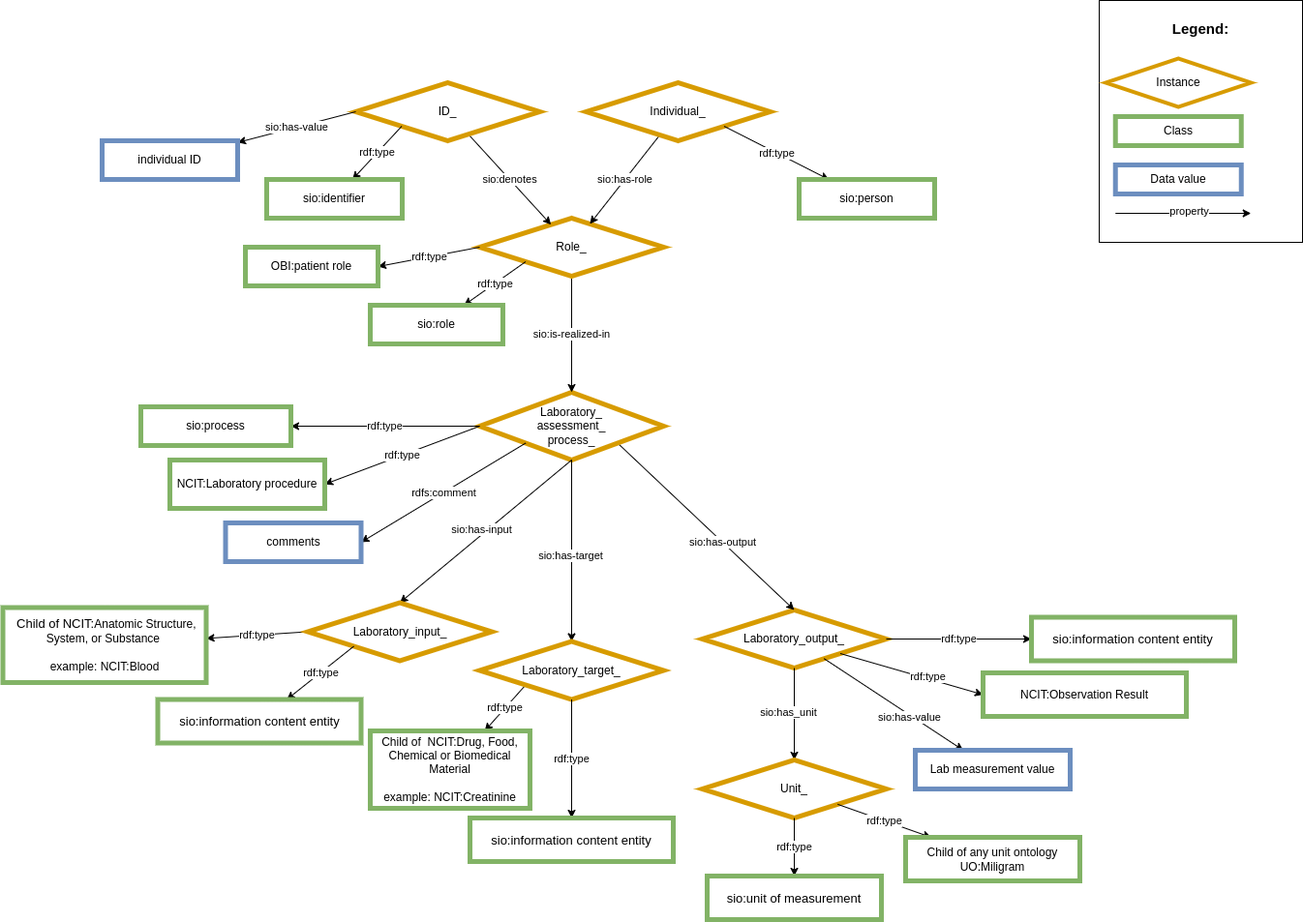
CARE-SM/CARE-Semantic-Model keeps this draw.io diagram as images/CARE-SM-Laboratory.png. Above is the earlier version. Source tidied: cells renumbered, new cells last; positions are measured from the earlier drawing's top-left corner, leaving out a move shared by most shapes.
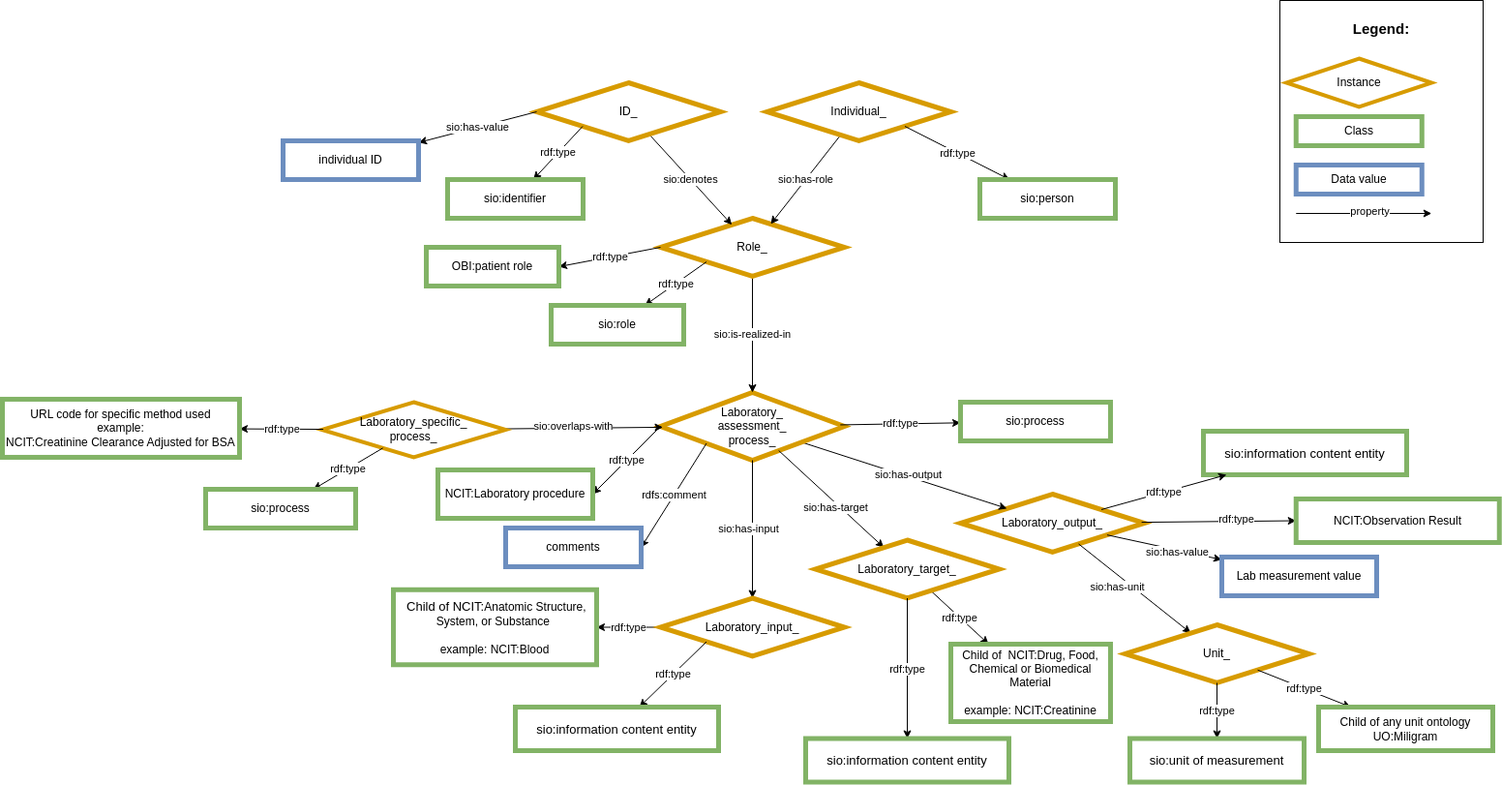
The same diagram one commit later.

Change to the diagram source:
```diff
@@ -3,14 +3,14 @@
     <mxCell id="0" />
     <mxCell id="1" parent="0" />
     <mxCell id="2" value="Laboratory_output_" style="rhombus;whiteSpace=wrap;html=1;fillColor=#FFFFFF;strokeColor=#d79b00;strokeWidth=5;" parent="1" vertex="1">
-      <mxGeometry x="722" y="630" width="190" height="60" as="geometry" />
+      <mxGeometry x="802" y="510" width="190" height="60" as="geometry" />
     </mxCell>
-    <mxCell id="3" style="edgeStyle=none;rounded=0;jettySize=auto;html=1;exitX=1;exitY=1;exitDx=0;exitDy=0;entryX=0.5;entryY=0;entryDx=0;entryDy=0;" parent="1" edge="1" source="5" target="2">
+    <mxCell id="3" style="edgeStyle=none;rounded=0;jettySize=auto;html=1;" parent="1" edge="1" source="5" target="2">
       <mxGeometry relative="1" as="geometry" />
     </mxCell>
     <mxCell id="4" value="&lt;span style=&quot;color: rgb(0, 0, 0); font-family: Helvetica; font-size: 11px; font-style: normal; font-variant-ligatures: normal; font-variant-caps: normal; font-weight: 400; letter-spacing: normal; orphans: 2; text-align: center; text-indent: 0px; text-transform: none; widows: 2; word-spacing: 0px; -webkit-text-stroke-width: 0px; background-color: rgb(255, 255, 255); text-decoration-thickness: initial; text-decoration-style: initial; text-decoration-color: initial; float: none; display: inline !important;&quot;&gt;sio:has-output&lt;/span&gt;" style="edgeLabel;html=1;align=center;verticalAlign=middle;" parent="3" vertex="1">
       <mxGeometry x="-0.21" y="-1" relative="1" as="geometry">
-        <mxPoint x="36" y="33" as="offset" />
+        <mxPoint x="25" y="5" as="offset" />
       </mxGeometry>
     </mxCell>
     <mxCell id="5" value="Laboratory_&lt;br&gt;assessment_&lt;br&gt;process_" style="rhombus;whiteSpace=wrap;html=1;fillColor=#FFFFFF;strokeColor=#d79b00;strokeWidth=5;" parent="1" vertex="1">
@@ -19,17 +19,14 @@
     <mxCell id="6" value="&lt;span style=&quot;color: rgb(0, 0, 0); font-family: Helvetica; font-size: 11px; font-style: normal; font-variant-ligatures: normal; font-variant-caps: normal; font-weight: 400; letter-spacing: normal; orphans: 2; text-align: center; text-indent: 0px; text-transform: none; widows: 2; word-spacing: 0px; -webkit-text-stroke-width: 0px; background-color: rgb(255, 255, 255); text-decoration-thickness: initial; text-decoration-style: initial; text-decoration-color: initial; float: none; display: inline !important;&quot;&gt;sio:is-realized-in&lt;/span&gt;" style="rounded=0;jettySize=auto;html=1;exitX=0.5;exitY=1;exitDx=0;exitDy=0;entryX=0.5;entryY=0;entryDx=0;entryDy=0;" parent="1" edge="1" source="11" target="5">
       <mxGeometry relative="1" as="geometry" />
     </mxCell>
-    <mxCell id="7" value="rdf:type" style="edgeStyle=none;rounded=0;jettySize=auto;html=1;exitX=0;exitY=0.5;exitDx=0;exitDy=0;" parent="1" edge="1" source="5" target="8">
+    <mxCell id="7" value="rdf:type" style="edgeStyle=none;rounded=0;jettySize=auto;html=1;" parent="1" edge="1" source="5" target="8">
       <mxGeometry relative="1" as="geometry" />
     </mxCell>
     <mxCell id="8" value="sio:process" style="whiteSpace=wrap;html=1;fillColor=#FFFFFF;strokeColor=#82b366;strokeWidth=5;" parent="1" vertex="1">
-      <mxGeometry x="142" y="420" width="155" height="40" as="geometry" />
+      <mxGeometry x="802" y="415" width="155" height="40" as="geometry" />
     </mxCell>
-    <mxCell id="9" value="rdf:type" style="edgeStyle=none;rounded=0;jettySize=auto;html=1;exitX=1;exitY=0.5;exitDx=0;exitDy=0;" parent="1" edge="1" source="2" target="10">
-      <mxGeometry relative="1" as="geometry" />
-    </mxCell>
     <mxCell id="10" value="&lt;font size=&quot;2&quot;&gt;sio:information content entity&lt;/font&gt;" style="whiteSpace=wrap;html=1;fillColor=#FFFFFF;strokeColor=#82b366;strokeWidth=5;" parent="1" vertex="1">
-      <mxGeometry x="1062" y="637.5" width="210" height="45" as="geometry" />
+      <mxGeometry x="1053" y="445" width="210" height="45" as="geometry" />
     </mxCell>
     <mxCell id="11" value="Role_" style="rhombus;whiteSpace=wrap;html=1;fillColor=#FFFFFF;strokeColor=#d79b00;strokeWidth=5;" parent="1" vertex="1">
       <mxGeometry x="492" y="225" width="190" height="60" as="geometry" />
@@ -64,22 +61,22 @@
     <mxCell id="21" value="sio:person" style="whiteSpace=wrap;html=1;fillColor=#FFFFFF;strokeColor=#82b366;strokeWidth=5;" parent="1" vertex="1">
       <mxGeometry x="822" y="185" width="140" height="40" as="geometry" />
     </mxCell>
-    <mxCell id="22" style="edgeStyle=none;rounded=0;jettySize=auto;html=1;exitX=0.5;exitY=1;exitDx=0;exitDy=0;entryX=0.5;entryY=0;entryDx=0;entryDy=0;" parent="1" edge="1" source="2" target="24">
+    <mxCell id="22" style="edgeStyle=none;rounded=0;jettySize=auto;html=1;" parent="1" edge="1" source="2" target="24">
       <mxGeometry relative="1" as="geometry" />
     </mxCell>
-    <mxCell id="23" value="sio:has_unit" style="edgeLabel;html=1;align=center;verticalAlign=middle;" parent="22" vertex="1">
+    <mxCell id="23" value="sio:has-unit" style="edgeLabel;html=1;align=center;verticalAlign=middle;" parent="22" vertex="1">
       <mxGeometry x="-0.21" y="-1" relative="1" as="geometry">
         <mxPoint x="-6" y="7" as="offset" />
       </mxGeometry>
     </mxCell>
     <mxCell id="24" value="Unit_" style="rhombus;whiteSpace=wrap;html=1;fillColor=#FFFFFF;strokeColor=#d79b00;strokeWidth=5;" parent="1" vertex="1">
-      <mxGeometry x="722" y="785" width="190" height="60" as="geometry" />
+      <mxGeometry x="972" y="645" width="190" height="60" as="geometry" />
     </mxCell>
     <mxCell id="25" value="rdf:type" style="edgeStyle=none;rounded=0;jettySize=auto;html=1;exitX=0.5;exitY=1;exitDx=0;exitDy=0;" parent="1" edge="1" source="24" target="26">
       <mxGeometry relative="1" as="geometry" />
     </mxCell>
     <mxCell id="26" value="&lt;font size=&quot;2&quot;&gt;sio:unit of measurement&lt;/font&gt;" style="whiteSpace=wrap;html=1;fillColor=#FFFFFF;strokeColor=#82b366;strokeWidth=5;" parent="1" vertex="1">
-      <mxGeometry x="727" y="905" width="180" height="45" as="geometry" />
+      <mxGeometry x="977" y="762.5" width="180" height="45" as="geometry" />
     </mxCell>
     <mxCell id="27" value="sio:has-value" style="rounded=0;jettySize=auto;html=1;exitX=0;exitY=0.5;exitDx=0;exitDy=0;" parent="1" edge="1" source="13" target="28">
       <mxGeometry relative="1" as="geometry" />
@@ -97,77 +94,77 @@
       <mxGeometry relative="1" as="geometry" />
     </mxCell>
     <mxCell id="32" value="NCIT:Laboratory procedure" style="whiteSpace=wrap;html=1;fillColor=#FFFFFF;strokeColor=#82b366;strokeWidth=5;" parent="1" vertex="1">
-      <mxGeometry x="172" y="475" width="160" height="50" as="geometry" />
+      <mxGeometry x="262" y="485" width="160" height="50" as="geometry" />
     </mxCell>
-    <mxCell id="33" value="rdf:type" style="edgeStyle=none;rounded=0;jettySize=auto;html=1;exitX=1;exitY=1;exitDx=0;exitDy=0;entryX=0;entryY=0.5;entryDx=0;entryDy=0;" parent="1" edge="1" source="2" target="34">
+    <mxCell id="33" value="rdf:type" style="edgeStyle=none;rounded=0;jettySize=auto;html=1;entryX=0;entryY=0.5;entryDx=0;entryDy=0;" parent="1" edge="1" source="2" target="34">
       <mxGeometry x="0.22" y="2" relative="1" as="geometry" />
     </mxCell>
     <mxCell id="34" value="NCIT:Observation Result" style="whiteSpace=wrap;html=1;fillColor=#FFFFFF;strokeColor=#82b366;strokeWidth=5;" parent="1" vertex="1">
-      <mxGeometry x="1012" y="695" width="210" height="45" as="geometry" />
+      <mxGeometry x="1148.8" y="515" width="210" height="45" as="geometry" />
     </mxCell>
     <mxCell id="35" value="sio:has-value" style="rounded=0;jettySize=auto;html=1;" parent="1" edge="1" source="2" target="36">
       <mxGeometry x="0.24" y="-2" relative="1" as="geometry" />
     </mxCell>
     <mxCell id="36" value="Lab measurement value" style="whiteSpace=wrap;html=1;fillColor=#FFFFFF;strokeColor=#6c8ebf;strokeWidth=5;" parent="1" vertex="1">
-      <mxGeometry x="942" y="775" width="160" height="40" as="geometry" />
+      <mxGeometry x="1072" y="575" width="160" height="40" as="geometry" />
     </mxCell>
     <mxCell id="37" value="rdf:type" style="edgeStyle=none;rounded=0;jettySize=auto;html=1;exitX=0;exitY=0.5;exitDx=0;exitDy=0;" parent="1" edge="1" source="48" target="38">
       <mxGeometry relative="1" as="geometry" />
     </mxCell>
     <mxCell id="38" value="&lt;font style=&quot;border-color: var(--border-color);&quot; size=&quot;2&quot;&gt;&amp;nbsp;Child of NCIT:&lt;/font&gt;Anatomic Structure, System, or Substance&amp;nbsp;&lt;br&gt;&lt;br&gt;example: NCIT:Blood" style="whiteSpace=wrap;html=1;fillColor=#FFFFFF;strokeColor=#82b366;strokeWidth=5;" parent="1" vertex="1">
-      <mxGeometry x="-0.5" y="627.5" width="210" height="77.5" as="geometry" />
+      <mxGeometry x="216" y="608.8" width="210" height="77.5" as="geometry" />
     </mxCell>
-    <mxCell id="39" value="rdf:type" style="edgeStyle=none;rounded=0;jettySize=auto;html=1;exitX=0;exitY=1;exitDx=0;exitDy=0;" parent="1" edge="1" source="47" target="40">
+    <mxCell id="39" value="rdf:type" style="edgeStyle=none;rounded=0;jettySize=auto;html=1;" parent="1" edge="1" source="47" target="40">
       <mxGeometry relative="1" as="geometry" />
     </mxCell>
     <mxCell id="40" value="Child of&amp;nbsp; NCIT:Drug, Food, Chemical or Biomedical Material&lt;br&gt;&lt;br&gt;example: NCIT:Creatinine" style="whiteSpace=wrap;html=1;fillColor=#FFFFFF;strokeColor=#82b366;strokeWidth=5;" parent="1" vertex="1">
-      <mxGeometry x="379" y="755" width="165" height="80" as="geometry" />
+      <mxGeometry x="792" y="665" width="165" height="80" as="geometry" />
     </mxCell>
     <mxCell id="41" value="rdf:type" style="edgeStyle=none;rounded=0;jettySize=auto;html=1;" parent="1" edge="1" source="24" target="42">
       <mxGeometry relative="1" as="geometry" />
     </mxCell>
     <mxCell id="42" value="Child of any unit ontology&lt;br&gt;UO:Miligram" style="whiteSpace=wrap;html=1;fillColor=#FFFFFF;strokeColor=#82b366;strokeWidth=5;" parent="1" vertex="1">
-      <mxGeometry x="932" y="865" width="180" height="45" as="geometry" />
+      <mxGeometry x="1172" y="730" width="180" height="45" as="geometry" />
     </mxCell>
     <mxCell id="43" style="edgeStyle=none;rounded=0;jettySize=auto;html=1;exitX=0.5;exitY=1;exitDx=0;exitDy=0;entryX=0.5;entryY=0;entryDx=0;entryDy=0;" parent="1" edge="1" source="5" target="48">
       <mxGeometry relative="1" as="geometry" />
     </mxCell>
     <mxCell id="44" value="sio:has-input" style="edgeLabel;html=1;align=center;verticalAlign=middle;" parent="43" vertex="1">
       <mxGeometry x="-0.21" y="-1" relative="1" as="geometry">
-        <mxPoint x="-22" y="13" as="offset" />
+        <mxPoint x="-4" y="13" as="offset" />
       </mxGeometry>
     </mxCell>
-    <mxCell id="45" style="edgeStyle=none;rounded=0;jettySize=auto;html=1;entryX=0.5;entryY=0;entryDx=0;entryDy=0;exitX=0.5;exitY=1;exitDx=0;exitDy=0;" parent="1" edge="1" source="5" target="47">
+    <mxCell id="45" style="edgeStyle=none;rounded=0;jettySize=auto;html=1;" parent="1" edge="1" source="5" target="47">
       <mxGeometry relative="1" as="geometry" />
     </mxCell>
     <mxCell id="46" value="sio:has-target" style="edgeLabel;html=1;align=center;verticalAlign=middle;" parent="45" vertex="1">
       <mxGeometry x="-0.21" y="-1" relative="1" as="geometry">
-        <mxPoint x="-1" y="24" as="offset" />
+        <mxPoint x="16" y="18" as="offset" />
       </mxGeometry>
     </mxCell>
     <mxCell id="47" value="Laboratory_target_" style="rhombus;whiteSpace=wrap;html=1;fillColor=#FFFFFF;strokeColor=#d79b00;strokeWidth=5;" parent="1" vertex="1">
-      <mxGeometry x="492" y="662.5" width="190" height="60" as="geometry" />
+      <mxGeometry x="652" y="557.5" width="190" height="60" as="geometry" />
     </mxCell>
     <mxCell id="48" value="Laboratory_input_" style="rhombus;whiteSpace=wrap;html=1;fillColor=#FFFFFF;strokeColor=#d79b00;strokeWidth=5;" parent="1" vertex="1">
-      <mxGeometry x="314.5" y="622.5" width="190" height="60" as="geometry" />
+      <mxGeometry x="492" y="617.5" width="190" height="60" as="geometry" />
     </mxCell>
     <mxCell id="49" value="rdf:type" style="edgeStyle=none;rounded=0;jettySize=auto;html=1;exitX=0.5;exitY=1;exitDx=0;exitDy=0;endSize=6;startSize=6;" parent="1" edge="1" source="47" target="50">
       <mxGeometry relative="1" as="geometry" />
     </mxCell>
     <mxCell id="50" value="&lt;font size=&quot;2&quot;&gt;sio:information content entity&lt;/font&gt;" style="whiteSpace=wrap;html=1;fillColor=#FFFFFF;strokeColor=#82b366;strokeWidth=5;" parent="1" vertex="1">
-      <mxGeometry x="482" y="845" width="210" height="45" as="geometry" />
+      <mxGeometry x="642" y="762.5" width="210" height="45" as="geometry" />
     </mxCell>
     <mxCell id="51" value="rdf:type" style="edgeStyle=none;rounded=0;jettySize=auto;html=1;exitX=0;exitY=1;exitDx=0;exitDy=0;" parent="1" edge="1" source="48" target="52">
       <mxGeometry relative="1" as="geometry" />
     </mxCell>
     <mxCell id="52" value="&lt;font size=&quot;2&quot;&gt;sio:information content entity&lt;/font&gt;" style="whiteSpace=wrap;html=1;fillColor=#FFFFFF;strokeColor=#82b366;strokeWidth=5;" parent="1" vertex="1">
-      <mxGeometry x="159.5" y="722.5" width="210" height="45" as="geometry" />
+      <mxGeometry x="342" y="730" width="210" height="45" as="geometry" />
     </mxCell>
     <mxCell id="53" value="rdfs:comment" style="rounded=0;jettySize=auto;html=1;exitX=0;exitY=1;exitDx=0;exitDy=0;entryX=1;entryY=0.5;entryDx=0;entryDy=0;" parent="1" edge="1" source="5" target="54">
       <mxGeometry relative="1" as="geometry" />
     </mxCell>
     <mxCell id="54" value="comments" style="whiteSpace=wrap;html=1;fillColor=#FFFFFF;strokeColor=#6c8ebf;strokeWidth=5;" parent="1" vertex="1">
-      <mxGeometry x="229.5" y="540" width="140" height="40" as="geometry" />
+      <mxGeometry x="332" y="545" width="140" height="40" as="geometry" />
     </mxCell>
     <mxCell id="55" value="&lt;div style=&quot;text-align: left; font-size: 15px;&quot;&gt;&lt;span style=&quot;background-color: initial;&quot;&gt;&lt;b style=&quot;&quot;&gt;&lt;font style=&quot;font-size: 15px;&quot;&gt;Legend:&lt;/font&gt;&lt;/b&gt;&lt;/span&gt;&lt;/div&gt;&lt;div style=&quot;text-align: left; font-size: 15px;&quot;&gt;&lt;span style=&quot;background-color: initial;&quot;&gt;&lt;br&gt;&lt;/span&gt;&lt;/div&gt;&lt;div style=&quot;text-align: left;&quot;&gt;&lt;span style=&quot;background-color: initial;&quot;&gt;&lt;br&gt;&lt;/span&gt;&lt;/div&gt;&lt;div style=&quot;text-align: left;&quot;&gt;&lt;span style=&quot;background-color: initial;&quot;&gt;&lt;br&gt;&lt;/span&gt;&lt;/div&gt;&lt;div style=&quot;text-align: left;&quot;&gt;&lt;br&gt;&lt;/div&gt;&lt;div style=&quot;text-align: left;&quot;&gt;&lt;br&gt;&lt;/div&gt;&lt;div style=&quot;text-align: left;&quot;&gt;&lt;br&gt;&lt;/div&gt;&lt;div style=&quot;text-align: left;&quot;&gt;&lt;br&gt;&lt;/div&gt;&lt;div style=&quot;text-align: left;&quot;&gt;&lt;br&gt;&lt;/div&gt;&lt;div style=&quot;text-align: left;&quot;&gt;&lt;span style=&quot;background-color: initial;&quot;&gt;&lt;br&gt;&lt;/span&gt;&lt;/div&gt;&lt;div style=&quot;text-align: left;&quot;&gt;&lt;span style=&quot;background-color: initial;&quot;&gt;&lt;br&gt;&lt;/span&gt;&lt;/div&gt;&lt;div style=&quot;text-align: left;&quot;&gt;&lt;span style=&quot;background-color: initial;&quot;&gt;&lt;br&gt;&lt;/span&gt;&lt;/div&gt;&lt;div style=&quot;text-align: left;&quot;&gt;&lt;span style=&quot;background-color: initial;&quot;&gt;&lt;br&gt;&lt;/span&gt;&lt;/div&gt;&lt;div style=&quot;text-align: left;&quot;&gt;&lt;span style=&quot;background-color: initial;&quot;&gt;&lt;br&gt;&lt;/span&gt;&lt;/div&gt;" style="rounded=0;whiteSpace=wrap;html=1;" parent="1" vertex="1">
       <mxGeometry x="1132" width="210" height="250" as="geometry" />
@@ -187,5 +184,31 @@
         <mxPoint x="1288.8" y="220" as="targetPoint" />
       </mxGeometry>
     </mxCell>
+    <mxCell id="60" style="edgeStyle=none;rounded=0;jettySize=auto;html=1;" parent="1" edge="1" source="62" target="5">
+      <mxGeometry relative="1" as="geometry" />
+    </mxCell>
+    <mxCell id="61" value="sio:overlaps-with" style="edgeLabel;html=1;align=center;verticalAlign=middle;" parent="60" vertex="1">
+      <mxGeometry x="-0.21" y="-1" relative="1" as="geometry">
+        <mxPoint x="7" y="-3" as="offset" />
+      </mxGeometry>
+    </mxCell>
+    <mxCell id="62" value="Laboratory_specific_&lt;div&gt;process_&lt;/div&gt;" style="rhombus;whiteSpace=wrap;html=1;fillColor=#FFFFFF;strokeColor=#D79B00;perimeter=rhombusPerimeter;arcSize=20;comic=0;enumerate=0;strokeWidth=4;rounded=0;" parent="1" vertex="1">
+      <mxGeometry x="142" y="415" width="190" height="57" as="geometry" />
+    </mxCell>
+    <mxCell id="63" value="rdf:type" style="edgeStyle=none;rounded=0;jettySize=auto;html=1;" parent="1" edge="1" source="62" target="64">
+      <mxGeometry relative="1" as="geometry" />
+    </mxCell>
+    <mxCell id="64" value="URL code for specific method used&lt;div&gt;example:&lt;/div&gt;&lt;div&gt;NCIT:&lt;span style=&quot;background-color: initial;&quot;&gt;Creatinine Clearance Adjusted for BSA&lt;/span&gt;&lt;/div&gt;" style="whiteSpace=wrap;html=1;fillColor=#FFFFFF;strokeColor=#82b366;strokeWidth=5;" parent="1" vertex="1">
+      <mxGeometry x="-188" y="412" width="245" height="60" as="geometry" />
+    </mxCell>
+    <mxCell id="65" value="rdf:type" style="edgeStyle=none;rounded=0;jettySize=auto;html=1;" parent="1" edge="1" source="62" target="66">
+      <mxGeometry relative="1" as="geometry" />
+    </mxCell>
+    <mxCell id="66" value="sio:process" style="whiteSpace=wrap;html=1;fillColor=#FFFFFF;strokeColor=#82b366;strokeWidth=5;" parent="1" vertex="1">
+      <mxGeometry x="22" y="505" width="155" height="40" as="geometry" />
+    </mxCell>
+    <mxCell id="9" value="rdf:type" style="edgeStyle=none;rounded=0;jettySize=auto;html=1;" parent="1" edge="1" source="2" target="10">
+      <mxGeometry relative="1" as="geometry" />
+    </mxCell>
   </root>
 </mxGraphModel>
```
